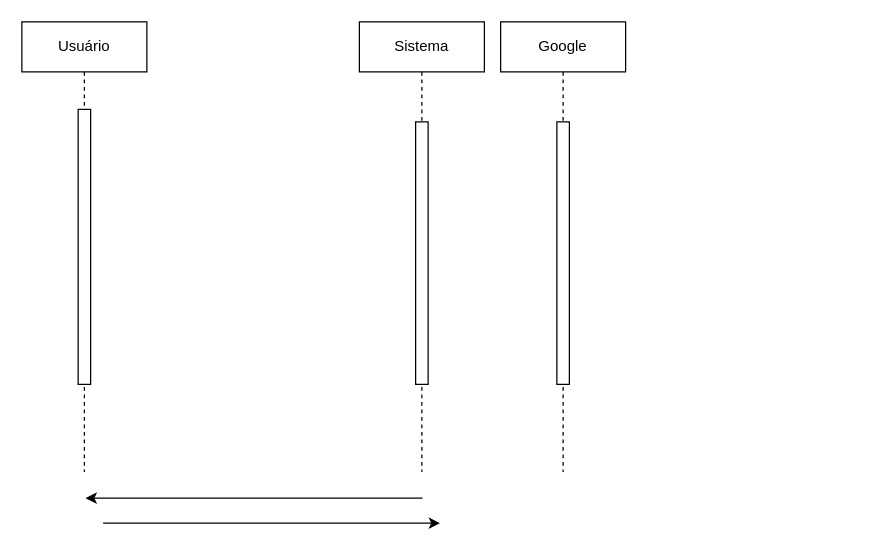
This is Diagrama de Sequência(RF010).drawio from JoaoGans/DRAW.tcc, a draw.io file, before an edit. Source tidied: cells renumbered, new cells numbered last; positions are measured from the earlier drawing's top-left corner, leaving out a move shared by most shapes. Both pictures are drawn from the tidied source at 125%, with x=0, y=0 at pixel (21, 21).
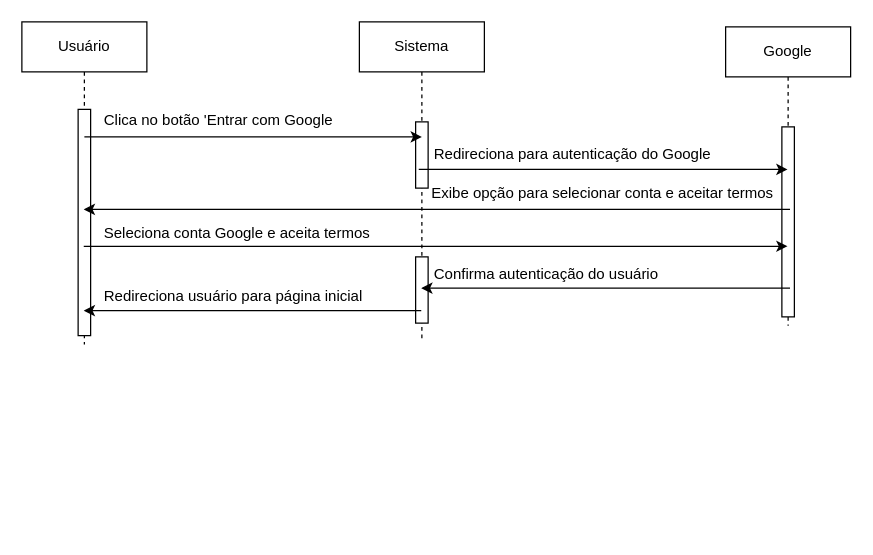
The same page after the edit.

The edit, as a diff of the source:
```diff
@@
     <mxCell id="2" value="Usuário" style="shape=umlLifeline;perimeter=lifelinePerimeter;whiteSpace=wrap;html=1;outlineConnect=0;portConstraint=eastwest;newEdgeStyle={&quot;edgeStyle&quot;:&quot;elbowEdgeStyle&quot;,&quot;elbow&quot;:&quot;vertical&quot;,&quot;curved&quot;:0,&quot;rounded&quot;:0};" parent="1" vertex="1">
-      <mxGeometry width="100" height="360" as="geometry" />
+      <mxGeometry width="100" height="258" as="geometry" />
     </mxCell>
     <mxCell id="3" style="html=1;perimeter=orthogonalPerimeter;targetShapes=umlLifeline;newEdgeStyle={&quot;edgeStyle&quot;:&quot;elbowEdgeStyle&quot;,&quot;elbow&quot;:&quot;vertical&quot;,&quot;curved&quot;:0,&quot;rounded&quot;:0};" parent="2" vertex="1">
-      <mxGeometry x="45" y="70" width="10" height="220" as="geometry" />
+      <mxGeometry x="45" y="70" width="10" height="181" as="geometry" />
     </mxCell>
     <mxCell id="4" value="Sistema" style="shape=umlLifeline;perimeter=lifelinePerimeter;whiteSpace=wrap;html=1;outlineConnect=0;portConstraint=eastwest;newEdgeStyle={&quot;edgeStyle&quot;:&quot;elbowEdgeStyle&quot;,&quot;elbow&quot;:&quot;vertical&quot;,&quot;curved&quot;:0,&quot;rounded&quot;:0};" parent="1" vertex="1">
-      <mxGeometry x="270" width="100" height="360" as="geometry" />
+      <mxGeometry x="270" width="100" height="254" as="geometry" />
     </mxCell>
     <mxCell id="5" style="html=1;perimeter=orthogonalPerimeter;targetShapes=umlLifeline;newEdgeStyle={&quot;edgeStyle&quot;:&quot;elbowEdgeStyle&quot;,&quot;elbow&quot;:&quot;vertical&quot;,&quot;curved&quot;:0,&quot;rounded&quot;:0};" parent="4" vertex="1">
-      <mxGeometry x="45" y="80" width="10" height="210" as="geometry" />
+      <mxGeometry x="45" y="80" width="10" height="53" as="geometry" />
     </mxCell>
-    <mxCell id="6" style="endArrow=classic;html=1;rounded=0;" parent="1" edge="1">
-      <mxGeometry relative="1" as="geometry">
-        <mxPoint x="320.5" y="381" as="sourcePoint" />
-        <mxPoint x="51" y="381" as="targetPoint" />
-      </mxGeometry>
-    </mxCell>
+    <mxCell id="10" style="html=1;perimeter=orthogonalPerimeter;targetShapes=umlLifeline;newEdgeStyle={&quot;edgeStyle&quot;:&quot;elbowEdgeStyle&quot;,&quot;elbow&quot;:&quot;vertical&quot;,&quot;curved&quot;:0,&quot;rounded&quot;:0};" parent="4" vertex="1">
+      <mxGeometry x="45" y="188" width="10" height="53" as="geometry" />
+    </mxCell>
     <mxCell id="7" style="endArrow=classic;html=1;rounded=0;" parent="1" edge="1">
       <mxGeometry relative="1" as="geometry">
-        <mxPoint x="65" y="401" as="sourcePoint" />
-        <mxPoint x="334.5" y="401" as="targetPoint" />
+        <mxPoint x="50" y="92" as="sourcePoint" />
+        <mxPoint x="320" y="92" as="targetPoint" />
       </mxGeometry>
     </mxCell>
     <mxCell id="8" value="Google" style="shape=umlLifeline;perimeter=lifelinePerimeter;whiteSpace=wrap;html=1;outlineConnect=0;portConstraint=eastwest;newEdgeStyle={&quot;edgeStyle&quot;:&quot;elbowEdgeStyle&quot;,&quot;elbow&quot;:&quot;vertical&quot;,&quot;curved&quot;:0,&quot;rounded&quot;:0};" parent="1" vertex="1">
-      <mxGeometry x="383" width="100" height="360" as="geometry" />
+      <mxGeometry x="563" y="4" width="100" height="239" as="geometry" />
     </mxCell>
     <mxCell id="9" style="html=1;perimeter=orthogonalPerimeter;targetShapes=umlLifeline;newEdgeStyle={&quot;edgeStyle&quot;:&quot;elbowEdgeStyle&quot;,&quot;elbow&quot;:&quot;vertical&quot;,&quot;curved&quot;:0,&quot;rounded&quot;:0};" parent="8" vertex="1">
-      <mxGeometry x="45" y="80" width="10" height="210" as="geometry" />
+      <mxGeometry x="45" y="80" width="10" height="152" as="geometry" />
     </mxCell>
+    <mxCell id="11" value="Clica no botão 'Entrar com Google" style="text;whiteSpace=wrap;" parent="1" vertex="1">
+      <mxGeometry x="64" y="65" width="211" height="36" as="geometry" />
+    </mxCell>
+    <mxCell id="12" value="Redireciona para autenticação do Google" style="text;whiteSpace=wrap;" parent="1" vertex="1">
+      <mxGeometry x="328" y="92" width="249" height="36" as="geometry" />
+    </mxCell>
+    <mxCell id="13" style="endArrow=classic;html=1;rounded=0;" parent="1" edge="1" target="8">
+      <mxGeometry relative="1" as="geometry">
+        <mxPoint x="317.5" y="118" as="sourcePoint" />
+      </mxGeometry>
+    </mxCell>
+    <mxCell id="14" value="Exibe opção para selecionar conta e aceitar termos" style="text;whiteSpace=wrap;" parent="1" vertex="1">
+      <mxGeometry x="326" y="123" width="302" height="36" as="geometry" />
+    </mxCell>
+    <mxCell id="15" style="endArrow=classic;html=1;rounded=0;" parent="1" edge="1" target="2">
+      <mxGeometry relative="1" as="geometry">
+        <mxPoint x="614.5" y="150" as="sourcePoint" />
+      </mxGeometry>
+    </mxCell>
+    <mxCell id="16" value="Seleciona conta Google e aceita termos" style="text;whiteSpace=wrap;" parent="1" vertex="1">
+      <mxGeometry x="64" y="155" width="241" height="36" as="geometry" />
+    </mxCell>
+    <mxCell id="17" style="endArrow=classic;html=1;rounded=0;" parent="1" edge="1" target="8">
+      <mxGeometry relative="1" as="geometry">
+        <mxPoint x="49.5" y="179.5" as="sourcePoint" />
+      </mxGeometry>
+    </mxCell>
+    <mxCell id="18" value="Confirma autenticação do usuário" style="text;whiteSpace=wrap;" parent="1" vertex="1">
+      <mxGeometry x="328" y="188" width="207" height="36" as="geometry" />
+    </mxCell>
+    <mxCell id="19" style="endArrow=classic;html=1;rounded=0;" parent="1" edge="1" target="4">
+      <mxGeometry relative="1" as="geometry">
+        <mxPoint x="614.5" y="213" as="sourcePoint" />
+      </mxGeometry>
+    </mxCell>
+    <mxCell id="20" value="Redireciona usuário para página inicial" style="text;whiteSpace=wrap;" parent="1" vertex="1">
+      <mxGeometry x="64" y="206" width="235" height="36" as="geometry" />
+    </mxCell>
+    <mxCell id="21" style="endArrow=classic;html=1;rounded=0;" parent="1" edge="1" target="2">
+      <mxGeometry relative="1" as="geometry">
+        <mxPoint x="319.5" y="231" as="sourcePoint" />
+      </mxGeometry>
+    </mxCell>
```
